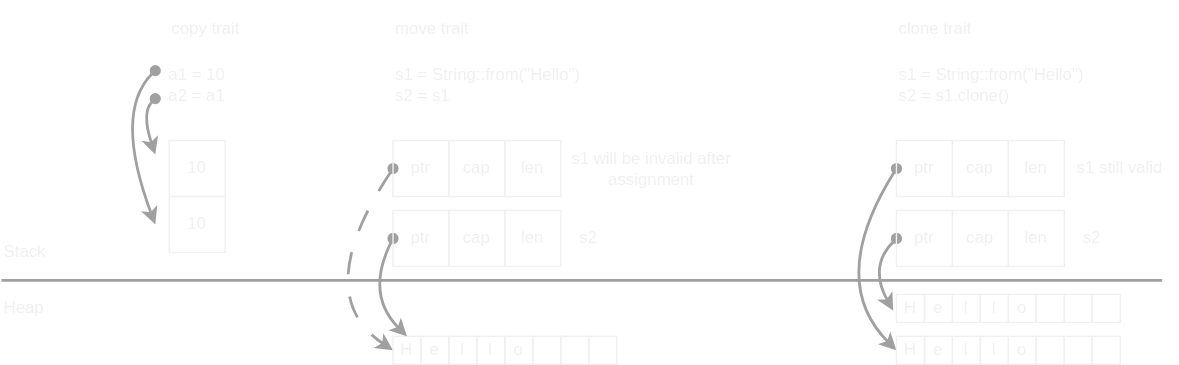
htgithub194/self-study keeps this draw.io diagram as docs/rust/memory_layout/images/copy_move_clone.drawio.svg. Above is the earlier version. Source tidied: cells renumbered, new cells last; positions are measured from the earlier drawing's top-left corner, leaving out a move shared by most shapes.
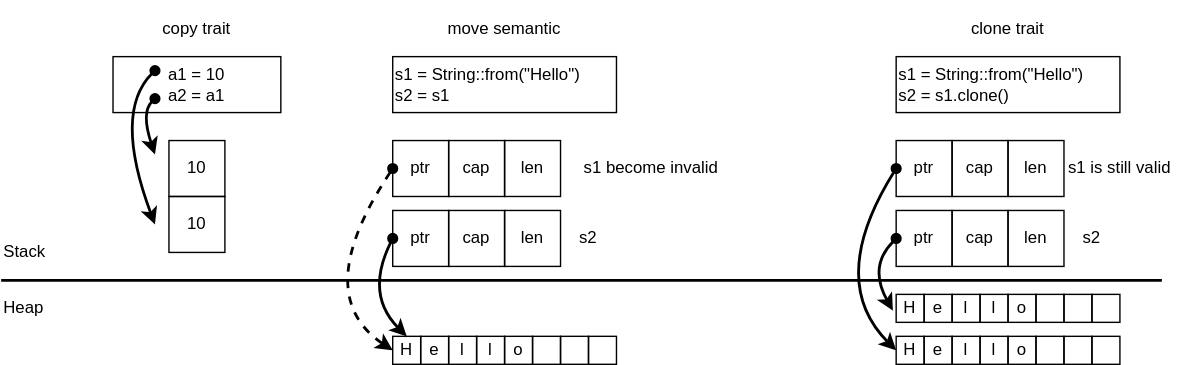
Above is the later version.

Commit message:
edit copy trait

What changed in the source:
```diff
@@ -4,12 +4,12 @@
     <mxCell id="1" parent="0" />
-    <mxCell id="2" value="move trait" style="text;html=1;strokeColor=none;fillColor=none;align=left;verticalAlign=middle;whiteSpace=wrap;rounded=0;fontColor=#F0F0F0;" parent="1" vertex="1">
-      <mxGeometry x="280" width="80" height="40" as="geometry" />
+    <mxCell id="2" value="move semantic" style="text;html=1;align=center;verticalAlign=middle;whiteSpace=wrap;rounded=0;fillColor=none;" parent="1" vertex="1">
+      <mxGeometry x="280" width="160" height="40" as="geometry" />
     </mxCell>
-    <mxCell id="3" value="copy trait" style="text;html=1;strokeColor=none;fillColor=none;align=left;verticalAlign=middle;whiteSpace=wrap;rounded=0;fontColor=#F0F0F0;" parent="1" vertex="1">
-      <mxGeometry x="120" width="80" height="40" as="geometry" />
+    <mxCell id="3" value="copy trait" style="text;html=1;align=center;verticalAlign=middle;whiteSpace=wrap;rounded=0;fillColor=none;" parent="1" vertex="1">
+      <mxGeometry x="80" width="120" height="40" as="geometry" />
     </mxCell>
-    <mxCell id="4" value="Stack" style="text;html=1;strokeColor=none;fillColor=none;align=left;verticalAlign=middle;whiteSpace=wrap;rounded=0;fontColor=#F0F0F0;" parent="1" vertex="1">
+    <mxCell id="4" value="Stack" style="text;html=1;align=left;verticalAlign=middle;whiteSpace=wrap;rounded=0;fillColor=none;" parent="1" vertex="1">
       <mxGeometry y="160" width="80" height="40" as="geometry" />
     </mxCell>
-    <mxCell id="5" style="endArrow=none;html=1;strokeColor=#A0A0A0;strokeWidth=2;fontColor=#F0F0F0;" parent="1" edge="1">
+    <mxCell id="5" style="endArrow=none;html=1;strokeWidth=2;fontColor=#F0F0F0;fillColor=none;" parent="1" edge="1">
       <mxGeometry relative="1" as="geometry">
@@ -19,15 +19,15 @@
     </mxCell>
-    <mxCell id="6" value="Heap" style="text;html=1;strokeColor=none;fillColor=none;align=left;verticalAlign=middle;whiteSpace=wrap;rounded=0;fontColor=#F0F0F0;" parent="1" vertex="1">
+    <mxCell id="6" value="Heap" style="text;html=1;align=left;verticalAlign=middle;whiteSpace=wrap;rounded=0;fillColor=none;" parent="1" vertex="1">
       <mxGeometry y="200" width="80" height="40" as="geometry" />
     </mxCell>
-    <mxCell id="7" value="10" style="rounded=0;whiteSpace=wrap;html=1;flipH=1;flipV=1;fillColor=none;fontColor=#F0F0F0;strokeColor=#F0F0F0;" parent="1" vertex="1">
+    <mxCell id="7" value="10" style="rounded=0;whiteSpace=wrap;html=1;flipH=1;flipV=1;fillColor=none;" parent="1" vertex="1">
       <mxGeometry x="120" y="100" width="40" height="40" as="geometry" />
     </mxCell>
-    <mxCell id="8" value="10" style="rounded=0;whiteSpace=wrap;html=1;flipH=1;flipV=1;fillColor=none;fontColor=#F0F0F0;strokeColor=#F0F0F0;" parent="1" vertex="1">
+    <mxCell id="8" value="10" style="rounded=0;whiteSpace=wrap;html=1;flipH=1;flipV=1;fillColor=none;" parent="1" vertex="1">
       <mxGeometry x="120" y="140" width="40" height="40" as="geometry" />
     </mxCell>
-    <mxCell id="9" value="a1 = 10&lt;br&gt;a2 = a1" style="rounded=0;whiteSpace=wrap;html=1;flipH=1;flipV=1;fillColor=none;strokeColor=none;fontColor=#F0F0F0;" parent="1" vertex="1">
+    <mxCell id="9" value="a1 = 10&lt;br&gt;a2 = a1" style="rounded=0;whiteSpace=wrap;html=1;flipH=1;flipV=1;fillColor=none;" parent="1" vertex="1">
       <mxGeometry x="80" y="40" width="120" height="40" as="geometry" />
     </mxCell>
-    <mxCell id="10" style="edgeStyle=none;curved=1;html=1;strokeColor=#A0A0A0;strokeWidth=2;startArrow=oval;startFill=1;targetPerimeterSpacing=10;fontColor=#F0F0F0;" parent="1" edge="1">
+    <mxCell id="10" style="edgeStyle=none;curved=1;html=1;strokeWidth=2;startArrow=oval;startFill=1;targetPerimeterSpacing=10;fontColor=#F0F0F0;fillColor=none;" parent="1" edge="1">
       <mxGeometry relative="1" as="geometry">
@@ -40,3 +40,3 @@
     </mxCell>
-    <mxCell id="11" style="edgeStyle=none;curved=1;html=1;strokeColor=#A0A0A0;strokeWidth=2;startArrow=oval;startFill=1;targetPerimeterSpacing=10;fontColor=#F0F0F0;" parent="1" edge="1">
+    <mxCell id="11" style="edgeStyle=none;curved=1;html=1;strokeWidth=2;startArrow=oval;startFill=1;targetPerimeterSpacing=10;fontColor=#F0F0F0;fillColor=none;" parent="1" edge="1">
       <mxGeometry relative="1" as="geometry">
@@ -49,6 +49,6 @@
     </mxCell>
-    <mxCell id="12" value="s1 = String::from(&quot;Hello&quot;)&lt;br&gt;s2 = s1" style="rounded=0;whiteSpace=wrap;html=1;flipH=1;flipV=1;fillColor=none;strokeColor=none;align=left;fontColor=#F0F0F0;" parent="1" vertex="1">
+    <mxCell id="12" value="s1 = String::from(&quot;Hello&quot;)&lt;br&gt;s2 = s1" style="rounded=0;whiteSpace=wrap;html=1;flipH=1;flipV=1;align=left;fillColor=none;" parent="1" vertex="1">
       <mxGeometry x="280" y="40" width="160" height="40" as="geometry" />
     </mxCell>
-    <mxCell id="13" style="edgeStyle=none;curved=1;html=1;entryX=0;entryY=0.5;entryDx=0;entryDy=0;strokeColor=#A0A0A0;strokeWidth=2;startArrow=oval;startFill=1;targetPerimeterSpacing=10;exitX=0;exitY=0.5;exitDx=0;exitDy=0;dashed=1;dashPattern=8 8;fontColor=#F0F0F0;" parent="1" edge="1" source="14" target="18">
+    <mxCell id="13" style="edgeStyle=none;curved=1;html=1;entryX=0;entryY=0.5;entryDx=0;entryDy=0;strokeWidth=2;startArrow=oval;startFill=1;targetPerimeterSpacing=10;exitX=0;exitY=0.5;exitDx=0;exitDy=0;dashed=1;fontColor=#F0F0F0;fillColor=none;" parent="1" edge="1" source="14" target="18">
       <mxGeometry relative="1" as="geometry">
@@ -59,39 +59,39 @@
     </mxCell>
-    <mxCell id="14" value="ptr" style="rounded=0;whiteSpace=wrap;html=1;flipH=1;flipV=1;fillColor=none;fontColor=#F0F0F0;strokeColor=#F0F0F0;" parent="1" vertex="1">
+    <mxCell id="14" value="ptr" style="rounded=0;whiteSpace=wrap;html=1;flipH=1;flipV=1;fillColor=none;" parent="1" vertex="1">
       <mxGeometry x="280" y="100" width="40" height="40" as="geometry" />
     </mxCell>
-    <mxCell id="15" value="cap" style="rounded=0;whiteSpace=wrap;html=1;flipH=1;flipV=1;fillColor=none;fontColor=#F0F0F0;strokeColor=#F0F0F0;" parent="1" vertex="1">
+    <mxCell id="15" value="cap" style="rounded=0;whiteSpace=wrap;html=1;flipH=1;flipV=1;fillColor=none;" parent="1" vertex="1">
       <mxGeometry x="320" y="100" width="40" height="40" as="geometry" />
     </mxCell>
-    <mxCell id="16" value="len" style="rounded=0;whiteSpace=wrap;html=1;flipH=1;flipV=1;fillColor=none;fontColor=#F0F0F0;strokeColor=#F0F0F0;" parent="1" vertex="1">
+    <mxCell id="16" value="len" style="rounded=0;whiteSpace=wrap;html=1;flipH=1;flipV=1;fillColor=none;" parent="1" vertex="1">
       <mxGeometry x="360" y="100" width="40" height="40" as="geometry" />
     </mxCell>
-    <mxCell id="17" value="s1 will be invalid after assignment" style="text;html=1;strokeColor=none;fillColor=none;align=center;verticalAlign=middle;whiteSpace=wrap;rounded=0;fontColor=#F0F0F0;" parent="1" vertex="1">
+    <mxCell id="17" value="s1 become invalid" style="text;html=1;align=center;verticalAlign=middle;whiteSpace=wrap;rounded=0;fillColor=none;" parent="1" vertex="1">
       <mxGeometry x="400" y="100" width="130" height="40" as="geometry" />
     </mxCell>
-    <mxCell id="18" value="H" style="rounded=0;whiteSpace=wrap;html=1;flipH=1;flipV=1;fillColor=none;fontColor=#F0F0F0;strokeColor=#F0F0F0;" parent="1" vertex="1">
+    <mxCell id="18" value="H" style="rounded=0;whiteSpace=wrap;html=1;flipH=1;flipV=1;fillColor=none;" parent="1" vertex="1">
       <mxGeometry x="280" y="240" width="20" height="20" as="geometry" />
     </mxCell>
-    <mxCell id="19" value="e" style="rounded=0;whiteSpace=wrap;html=1;flipH=1;flipV=1;fillColor=none;fontColor=#F0F0F0;strokeColor=#F0F0F0;" parent="1" vertex="1">
+    <mxCell id="19" value="e" style="rounded=0;whiteSpace=wrap;html=1;flipH=1;flipV=1;fillColor=none;" parent="1" vertex="1">
       <mxGeometry x="300" y="240" width="20" height="20" as="geometry" />
     </mxCell>
-    <mxCell id="20" value="l" style="rounded=0;whiteSpace=wrap;html=1;flipH=1;flipV=1;fillColor=none;fontColor=#F0F0F0;strokeColor=#F0F0F0;" parent="1" vertex="1">
+    <mxCell id="20" value="l" style="rounded=0;whiteSpace=wrap;html=1;flipH=1;flipV=1;fillColor=none;" parent="1" vertex="1">
       <mxGeometry x="320" y="240" width="20" height="20" as="geometry" />
     </mxCell>
-    <mxCell id="21" value="l" style="rounded=0;whiteSpace=wrap;html=1;flipH=1;flipV=1;fillColor=none;fontColor=#F0F0F0;strokeColor=#F0F0F0;" parent="1" vertex="1">
+    <mxCell id="21" value="l" style="rounded=0;whiteSpace=wrap;html=1;flipH=1;flipV=1;fillColor=none;" parent="1" vertex="1">
       <mxGeometry x="340" y="240" width="20" height="20" as="geometry" />
     </mxCell>
-    <mxCell id="22" value="o" style="rounded=0;whiteSpace=wrap;html=1;flipH=1;flipV=1;fillColor=none;fontColor=#F0F0F0;strokeColor=#F0F0F0;" parent="1" vertex="1">
+    <mxCell id="22" value="o" style="rounded=0;whiteSpace=wrap;html=1;flipH=1;flipV=1;fillColor=none;" parent="1" vertex="1">
       <mxGeometry x="360" y="240" width="20" height="20" as="geometry" />
     </mxCell>
-    <mxCell id="23" style="rounded=0;whiteSpace=wrap;html=1;flipH=1;flipV=1;fillColor=none;fontColor=#F0F0F0;strokeColor=#F0F0F0;" parent="1" vertex="1">
+    <mxCell id="23" style="rounded=0;whiteSpace=wrap;html=1;flipH=1;flipV=1;fillColor=none;" parent="1" vertex="1">
       <mxGeometry x="380" y="240" width="20" height="20" as="geometry" />
     </mxCell>
-    <mxCell id="24" style="rounded=0;whiteSpace=wrap;html=1;flipH=1;flipV=1;fillColor=none;fontColor=#F0F0F0;strokeColor=#F0F0F0;" parent="1" vertex="1">
+    <mxCell id="24" style="rounded=0;whiteSpace=wrap;html=1;flipH=1;flipV=1;fillColor=none;" parent="1" vertex="1">
       <mxGeometry x="400" y="240" width="20" height="20" as="geometry" />
     </mxCell>
-    <mxCell id="25" style="rounded=0;whiteSpace=wrap;html=1;flipH=1;flipV=1;fillColor=none;fontColor=#F0F0F0;strokeColor=#F0F0F0;" parent="1" vertex="1">
+    <mxCell id="25" style="rounded=0;whiteSpace=wrap;html=1;flipH=1;flipV=1;fillColor=none;" parent="1" vertex="1">
       <mxGeometry x="420" y="240" width="20" height="20" as="geometry" />
     </mxCell>
-    <mxCell id="26" style="edgeStyle=none;curved=1;html=1;entryX=0.5;entryY=0;entryDx=0;entryDy=0;strokeColor=#A0A0A0;strokeWidth=2;startArrow=oval;startFill=1;targetPerimeterSpacing=10;exitX=0;exitY=0.5;exitDx=0;exitDy=0;fontColor=#F0F0F0;" parent="1" edge="1" source="27" target="18">
+    <mxCell id="26" style="edgeStyle=none;curved=1;html=1;entryX=0.5;entryY=0;entryDx=0;entryDy=0;strokeWidth=2;startArrow=oval;startFill=1;targetPerimeterSpacing=10;exitX=0;exitY=0.5;exitDx=0;exitDy=0;fontColor=#F0F0F0;fillColor=none;" parent="1" edge="1" source="27" target="18">
       <mxGeometry relative="1" as="geometry">
@@ -102,21 +102,21 @@
     </mxCell>
-    <mxCell id="27" value="ptr" style="rounded=0;whiteSpace=wrap;html=1;flipH=1;flipV=1;fillColor=none;fontColor=#F0F0F0;strokeColor=#F0F0F0;" parent="1" vertex="1">
+    <mxCell id="27" value="ptr" style="rounded=0;whiteSpace=wrap;html=1;flipH=1;flipV=1;fillColor=none;" parent="1" vertex="1">
       <mxGeometry x="280" y="150" width="40" height="40" as="geometry" />
     </mxCell>
-    <mxCell id="28" value="cap" style="rounded=0;whiteSpace=wrap;html=1;flipH=1;flipV=1;fillColor=none;fontColor=#F0F0F0;strokeColor=#F0F0F0;" parent="1" vertex="1">
+    <mxCell id="28" value="cap" style="rounded=0;whiteSpace=wrap;html=1;flipH=1;flipV=1;fillColor=none;" parent="1" vertex="1">
       <mxGeometry x="320" y="150" width="40" height="40" as="geometry" />
     </mxCell>
-    <mxCell id="29" value="len" style="rounded=0;whiteSpace=wrap;html=1;flipH=1;flipV=1;fillColor=none;fontColor=#F0F0F0;strokeColor=#F0F0F0;" parent="1" vertex="1">
+    <mxCell id="29" value="len" style="rounded=0;whiteSpace=wrap;html=1;flipH=1;flipV=1;fillColor=none;" parent="1" vertex="1">
       <mxGeometry x="360" y="150" width="40" height="40" as="geometry" />
     </mxCell>
-    <mxCell id="30" value="s2" style="text;html=1;strokeColor=none;fillColor=none;align=center;verticalAlign=middle;whiteSpace=wrap;rounded=0;fontColor=#F0F0F0;" parent="1" vertex="1">
+    <mxCell id="30" value="s2" style="text;html=1;align=center;verticalAlign=middle;whiteSpace=wrap;rounded=0;fillColor=none;" parent="1" vertex="1">
       <mxGeometry x="400" y="160" width="40" height="20" as="geometry" />
     </mxCell>
-    <mxCell id="31" value="clone trait" style="text;html=1;strokeColor=none;fillColor=none;align=left;verticalAlign=middle;whiteSpace=wrap;rounded=0;fontColor=#F0F0F0;" parent="1" vertex="1">
-      <mxGeometry x="640" width="80" height="40" as="geometry" />
+    <mxCell id="31" value="clone trait" style="text;html=1;align=center;verticalAlign=middle;whiteSpace=wrap;rounded=0;fillColor=none;" parent="1" vertex="1">
+      <mxGeometry x="640" width="160" height="40" as="geometry" />
     </mxCell>
-    <mxCell id="32" value="s1 = String::from(&quot;Hello&quot;)&lt;br&gt;s2 = s1.clone()" style="rounded=0;whiteSpace=wrap;html=1;flipH=1;flipV=1;fillColor=none;strokeColor=none;align=left;fontColor=#F0F0F0;" parent="1" vertex="1">
+    <mxCell id="32" value="s1 = String::from(&quot;Hello&quot;)&lt;br&gt;s2 = s1.clone()" style="rounded=0;whiteSpace=wrap;html=1;flipH=1;flipV=1;align=left;fillColor=none;" parent="1" vertex="1">
       <mxGeometry x="640" y="40" width="160" height="40" as="geometry" />
     </mxCell>
-    <mxCell id="33" style="edgeStyle=none;curved=1;html=1;entryX=0;entryY=0.5;entryDx=0;entryDy=0;strokeColor=#A0A0A0;strokeWidth=2;startArrow=oval;startFill=1;targetPerimeterSpacing=10;exitX=0;exitY=0.5;exitDx=0;exitDy=0;fontColor=#F0F0F0;" parent="1" edge="1" source="34" target="38">
+    <mxCell id="33" style="edgeStyle=none;curved=1;html=1;entryX=0;entryY=0.5;entryDx=0;entryDy=0;strokeWidth=2;startArrow=oval;startFill=1;targetPerimeterSpacing=10;exitX=0;exitY=0.5;exitDx=0;exitDy=0;fontColor=#F0F0F0;fillColor=none;" parent="1" edge="1" source="34" target="38">
       <mxGeometry relative="1" as="geometry">
@@ -127,39 +127,39 @@
     </mxCell>
-    <mxCell id="34" value="ptr" style="rounded=0;whiteSpace=wrap;html=1;flipH=1;flipV=1;fillColor=none;fontColor=#F0F0F0;strokeColor=#F0F0F0;" parent="1" vertex="1">
+    <mxCell id="34" value="ptr" style="rounded=0;whiteSpace=wrap;html=1;flipH=1;flipV=1;fillColor=none;" parent="1" vertex="1">
       <mxGeometry x="640" y="100" width="40" height="40" as="geometry" />
     </mxCell>
-    <mxCell id="35" value="cap" style="rounded=0;whiteSpace=wrap;html=1;flipH=1;flipV=1;fillColor=none;fontColor=#F0F0F0;strokeColor=#F0F0F0;" parent="1" vertex="1">
+    <mxCell id="35" value="cap" style="rounded=0;whiteSpace=wrap;html=1;flipH=1;flipV=1;fillColor=none;" parent="1" vertex="1">
       <mxGeometry x="680" y="100" width="40" height="40" as="geometry" />
     </mxCell>
-    <mxCell id="36" value="len" style="rounded=0;whiteSpace=wrap;html=1;flipH=1;flipV=1;fillColor=none;fontColor=#F0F0F0;strokeColor=#F0F0F0;" parent="1" vertex="1">
+    <mxCell id="36" value="len" style="rounded=0;whiteSpace=wrap;html=1;flipH=1;flipV=1;fillColor=none;" parent="1" vertex="1">
       <mxGeometry x="720" y="100" width="40" height="40" as="geometry" />
     </mxCell>
-    <mxCell id="37" value="s1 still valid" style="text;html=1;strokeColor=none;fillColor=none;align=center;verticalAlign=middle;whiteSpace=wrap;rounded=0;fontColor=#F0F0F0;" parent="1" vertex="1">
+    <mxCell id="37" value="s1 is still valid" style="text;html=1;align=center;verticalAlign=middle;whiteSpace=wrap;rounded=0;fillColor=none;" parent="1" vertex="1">
       <mxGeometry x="760" y="100" width="80" height="40" as="geometry" />
     </mxCell>
-    <mxCell id="38" value="H" style="rounded=0;whiteSpace=wrap;html=1;flipH=1;flipV=1;fillColor=none;fontColor=#F0F0F0;strokeColor=#F0F0F0;" parent="1" vertex="1">
+    <mxCell id="38" value="H" style="rounded=0;whiteSpace=wrap;html=1;flipH=1;flipV=1;fillColor=none;" parent="1" vertex="1">
       <mxGeometry x="640" y="240" width="20" height="20" as="geometry" />
     </mxCell>
-    <mxCell id="39" value="e" style="rounded=0;whiteSpace=wrap;html=1;flipH=1;flipV=1;fillColor=none;fontColor=#F0F0F0;strokeColor=#F0F0F0;" parent="1" vertex="1">
+    <mxCell id="39" value="e" style="rounded=0;whiteSpace=wrap;html=1;flipH=1;flipV=1;fillColor=none;" parent="1" vertex="1">
       <mxGeometry x="660" y="240" width="20" height="20" as="geometry" />
     </mxCell>
-    <mxCell id="40" value="l" style="rounded=0;whiteSpace=wrap;html=1;flipH=1;flipV=1;fillColor=none;fontColor=#F0F0F0;strokeColor=#F0F0F0;" parent="1" vertex="1">
+    <mxCell id="40" value="l" style="rounded=0;whiteSpace=wrap;html=1;flipH=1;flipV=1;fillColor=none;" parent="1" vertex="1">
       <mxGeometry x="680" y="240" width="20" height="20" as="geometry" />
     </mxCell>
-    <mxCell id="41" value="l" style="rounded=0;whiteSpace=wrap;html=1;flipH=1;flipV=1;fillColor=none;fontColor=#F0F0F0;strokeColor=#F0F0F0;" parent="1" vertex="1">
+    <mxCell id="41" value="l" style="rounded=0;whiteSpace=wrap;html=1;flipH=1;flipV=1;fillColor=none;" parent="1" vertex="1">
       <mxGeometry x="700" y="240" width="20" height="20" as="geometry" />
     </mxCell>
-    <mxCell id="42" value="o" style="rounded=0;whiteSpace=wrap;html=1;flipH=1;flipV=1;fillColor=none;fontColor=#F0F0F0;strokeColor=#F0F0F0;" parent="1" vertex="1">
+    <mxCell id="42" value="o" style="rounded=0;whiteSpace=wrap;html=1;flipH=1;flipV=1;fillColor=none;" parent="1" vertex="1">
       <mxGeometry x="720" y="240" width="20" height="20" as="geometry" />
     </mxCell>
-    <mxCell id="43" style="rounded=0;whiteSpace=wrap;html=1;flipH=1;flipV=1;fillColor=none;fontColor=#F0F0F0;strokeColor=#F0F0F0;" parent="1" vertex="1">
+    <mxCell id="43" style="rounded=0;whiteSpace=wrap;html=1;flipH=1;flipV=1;fillColor=none;" parent="1" vertex="1">
       <mxGeometry x="740" y="240" width="20" height="20" as="geometry" />
     </mxCell>
-    <mxCell id="44" style="rounded=0;whiteSpace=wrap;html=1;flipH=1;flipV=1;fillColor=none;fontColor=#F0F0F0;strokeColor=#F0F0F0;" parent="1" vertex="1">
+    <mxCell id="44" style="rounded=0;whiteSpace=wrap;html=1;flipH=1;flipV=1;fillColor=none;" parent="1" vertex="1">
       <mxGeometry x="760" y="240" width="20" height="20" as="geometry" />
     </mxCell>
-    <mxCell id="45" style="rounded=0;whiteSpace=wrap;html=1;flipH=1;flipV=1;fillColor=none;fontColor=#F0F0F0;strokeColor=#F0F0F0;" parent="1" vertex="1">
+    <mxCell id="45" style="rounded=0;whiteSpace=wrap;html=1;flipH=1;flipV=1;fillColor=none;" parent="1" vertex="1">
       <mxGeometry x="780" y="240" width="20" height="20" as="geometry" />
     </mxCell>
-    <mxCell id="46" style="edgeStyle=none;curved=1;html=1;entryX=1.117;entryY=0.417;entryDx=0;entryDy=0;strokeColor=#A0A0A0;strokeWidth=2;startArrow=oval;startFill=1;targetPerimeterSpacing=10;exitX=0;exitY=0.5;exitDx=0;exitDy=0;entryPerimeter=0;fontColor=#F0F0F0;" parent="1" edge="1" source="47" target="51">
+    <mxCell id="46" style="edgeStyle=none;curved=1;html=1;entryX=1.117;entryY=0.417;entryDx=0;entryDy=0;strokeWidth=2;startArrow=oval;startFill=1;targetPerimeterSpacing=10;exitX=0;exitY=0.5;exitDx=0;exitDy=0;entryPerimeter=0;fontColor=#F0F0F0;fillColor=none;" parent="1" edge="1" source="47" target="51">
       <mxGeometry relative="1" as="geometry">
@@ -170,36 +170,36 @@
     </mxCell>
-    <mxCell id="47" value="ptr" style="rounded=0;whiteSpace=wrap;html=1;flipH=1;flipV=1;fillColor=none;fontColor=#F0F0F0;strokeColor=#F0F0F0;" parent="1" vertex="1">
+    <mxCell id="47" value="ptr" style="rounded=0;whiteSpace=wrap;html=1;flipH=1;flipV=1;fillColor=none;" parent="1" vertex="1">
       <mxGeometry x="640" y="150" width="40" height="40" as="geometry" />
     </mxCell>
-    <mxCell id="48" value="cap" style="rounded=0;whiteSpace=wrap;html=1;flipH=1;flipV=1;fillColor=none;fontColor=#F0F0F0;strokeColor=#F0F0F0;" parent="1" vertex="1">
+    <mxCell id="48" value="cap" style="rounded=0;whiteSpace=wrap;html=1;flipH=1;flipV=1;fillColor=none;" parent="1" vertex="1">
       <mxGeometry x="680" y="150" width="40" height="40" as="geometry" />
     </mxCell>
-    <mxCell id="49" value="len" style="rounded=0;whiteSpace=wrap;html=1;flipH=1;flipV=1;fillColor=none;fontColor=#F0F0F0;strokeColor=#F0F0F0;" parent="1" vertex="1">
+    <mxCell id="49" value="len" style="rounded=0;whiteSpace=wrap;html=1;flipH=1;flipV=1;fillColor=none;" parent="1" vertex="1">
       <mxGeometry x="720" y="150" width="40" height="40" as="geometry" />
     </mxCell>
-    <mxCell id="50" value="s2" style="text;html=1;strokeColor=none;fillColor=none;align=center;verticalAlign=middle;whiteSpace=wrap;rounded=0;fontColor=#F0F0F0;" parent="1" vertex="1">
+    <mxCell id="50" value="s2" style="text;html=1;align=center;verticalAlign=middle;whiteSpace=wrap;rounded=0;fillColor=none;" parent="1" vertex="1">
       <mxGeometry x="760" y="160" width="40" height="20" as="geometry" />
     </mxCell>
-    <mxCell id="51" value="H" style="rounded=0;whiteSpace=wrap;html=1;flipH=1;flipV=1;fillColor=none;fontColor=#F0F0F0;strokeColor=#F0F0F0;" parent="1" vertex="1">
+    <mxCell id="51" value="H" style="rounded=0;whiteSpace=wrap;html=1;flipH=1;flipV=1;fillColor=none;" parent="1" vertex="1">
       <mxGeometry x="640" y="210" width="20" height="20" as="geometry" />
     </mxCell>
-    <mxCell id="52" value="e" style="rounded=0;whiteSpace=wrap;html=1;flipH=1;flipV=1;fillColor=none;fontColor=#F0F0F0;strokeColor=#F0F0F0;" parent="1" vertex="1">
+    <mxCell id="52" value="e" style="rounded=0;whiteSpace=wrap;html=1;flipH=1;flipV=1;fillColor=none;" parent="1" vertex="1">
       <mxGeometry x="660" y="210" width="20" height="20" as="geometry" />
     </mxCell>
-    <mxCell id="53" value="l" style="rounded=0;whiteSpace=wrap;html=1;flipH=1;flipV=1;fillColor=none;fontColor=#F0F0F0;strokeColor=#F0F0F0;" parent="1" vertex="1">
+    <mxCell id="53" value="l" style="rounded=0;whiteSpace=wrap;html=1;flipH=1;flipV=1;fillColor=none;" parent="1" vertex="1">
       <mxGeometry x="680" y="210" width="20" height="20" as="geometry" />
     </mxCell>
-    <mxCell id="54" value="l" style="rounded=0;whiteSpace=wrap;html=1;flipH=1;flipV=1;fillColor=none;fontColor=#F0F0F0;strokeColor=#F0F0F0;" parent="1" vertex="1">
+    <mxCell id="54" value="l" style="rounded=0;whiteSpace=wrap;html=1;flipH=1;flipV=1;fillColor=none;" parent="1" vertex="1">
       <mxGeometry x="700" y="210" width="20" height="20" as="geometry" />
     </mxCell>
-    <mxCell id="55" value="o" style="rounded=0;whiteSpace=wrap;html=1;flipH=1;flipV=1;fillColor=none;fontColor=#F0F0F0;strokeColor=#F0F0F0;" parent="1" vertex="1">
+    <mxCell id="55" value="o" style="rounded=0;whiteSpace=wrap;html=1;flipH=1;flipV=1;fillColor=none;" parent="1" vertex="1">
       <mxGeometry x="720" y="210" width="20" height="20" as="geometry" />
     </mxCell>
-    <mxCell id="56" style="rounded=0;whiteSpace=wrap;html=1;flipH=1;flipV=1;fillColor=none;fontColor=#F0F0F0;strokeColor=#F0F0F0;" parent="1" vertex="1">
+    <mxCell id="56" style="rounded=0;whiteSpace=wrap;html=1;flipH=1;flipV=1;fillColor=none;" parent="1" vertex="1">
       <mxGeometry x="740" y="210" width="20" height="20" as="geometry" />
     </mxCell>
-    <mxCell id="57" style="rounded=0;whiteSpace=wrap;html=1;flipH=1;flipV=1;fillColor=none;fontColor=#F0F0F0;strokeColor=#F0F0F0;" parent="1" vertex="1">
+    <mxCell id="57" style="rounded=0;whiteSpace=wrap;html=1;flipH=1;flipV=1;fillColor=none;" parent="1" vertex="1">
       <mxGeometry x="760" y="210" width="20" height="20" as="geometry" />
     </mxCell>
-    <mxCell id="58" style="rounded=0;whiteSpace=wrap;html=1;flipH=1;flipV=1;fillColor=none;fontColor=#F0F0F0;strokeColor=#F0F0F0;" parent="1" vertex="1">
+    <mxCell id="58" style="rounded=0;whiteSpace=wrap;html=1;flipH=1;flipV=1;fillColor=none;" parent="1" vertex="1">
       <mxGeometry x="780" y="210" width="20" height="20" as="geometry" />
```
